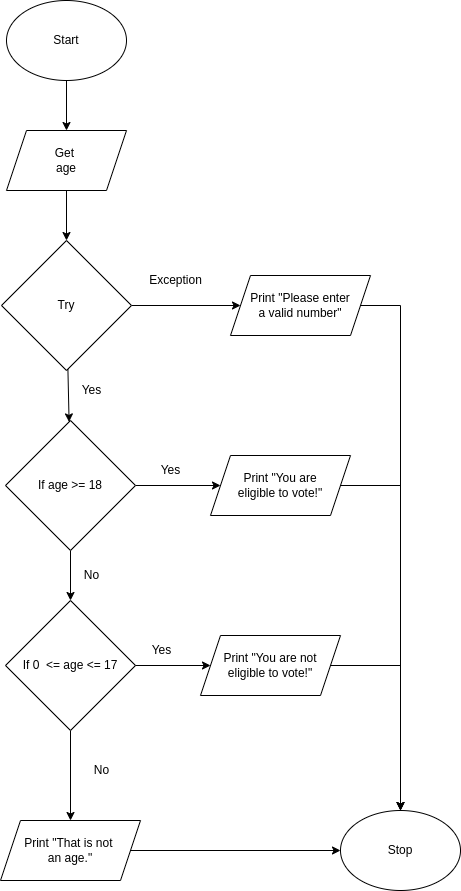
Above: flowchart.png in Andrew-Ten-Den/ICS3U-Assignment-4-Python (draw.io), before the change. Source tidied: cells renumbered, new cells last; positions are measured from the earlier drawing's top-left corner, leaving out a move shared by most shapes.
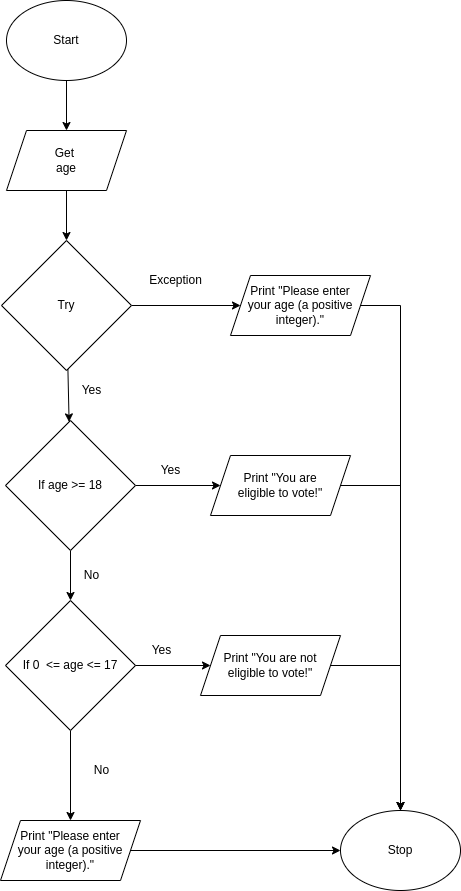
Later version of the same file.

Diff of the diagram source:
```diff
@@ -55,8 +55,10 @@
     <mxCell id="15" style="edgeStyle=none;html=1;" parent="1" edge="1" source="17" target="5">
       <mxGeometry relative="1" as="geometry" />
     </mxCell>
-    <mxCell id="16" style="edgeStyle=none;html=1;" parent="1" edge="1" source="17" target="21">
-      <mxGeometry relative="1" as="geometry" />
+    <mxCell id="16" style="edgeStyle=none;html=1;" parent="1" edge="1" source="17">
+      <mxGeometry relative="1" as="geometry">
+        <mxPoint x="240" y="305" as="targetPoint" />
+      </mxGeometry>
     </mxCell>
     <mxCell id="17" value="Try" style="rhombus;whiteSpace=wrap;html=1;" parent="1" vertex="1">
       <mxGeometry x="1" y="240" width="130" height="130" as="geometry" />
@@ -67,17 +69,15 @@
     <mxCell id="19" value="Exception" style="text;html=1;align=center;verticalAlign=middle;strokeColor=none;fillColor=none;" parent="1" vertex="1">
       <mxGeometry x="140" y="270" width="70" height="20" as="geometry" />
     </mxCell>
-    <mxCell id="20" style="edgeStyle=none;rounded=0;html=1;entryX=0.5;entryY=0;entryDx=0;entryDy=0;" parent="1" edge="1" source="21" target="11">
+    <mxCell id="20" style="edgeStyle=none;rounded=0;html=1;entryX=0.5;entryY=0;entryDx=0;entryDy=0;" parent="1" edge="1" target="11">
       <mxGeometry relative="1" as="geometry">
+        <mxPoint x="360" y="305" as="sourcePoint" />
         <Array as="points">
           <mxPoint x="400" y="305" />
         </Array>
       </mxGeometry>
     </mxCell>
-    <mxCell id="21" value="Print &quot;Please enter&lt;br&gt;a valid number&quot;" style="shape=parallelogram;perimeter=parallelogramPerimeter;whiteSpace=wrap;html=1;fixedSize=1;" parent="1" vertex="1">
-      <mxGeometry x="230" y="275" width="140" height="60" as="geometry" />
-    </mxCell>
-    <mxCell id="22" value="Print &quot;That is not &lt;br&gt;an age.&quot;" style="shape=parallelogram;perimeter=parallelogramPerimeter;whiteSpace=wrap;html=1;fixedSize=1;" parent="1" vertex="1">
+    <mxCell id="22" value="Print &quot;Please enter&lt;br&gt;your age (a positive&lt;br&gt;integer).&quot;" style="shape=parallelogram;perimeter=parallelogramPerimeter;whiteSpace=wrap;html=1;fixedSize=1;" parent="1" vertex="1">
       <mxGeometry y="820" width="140" height="60" as="geometry" />
     </mxCell>
     <mxCell id="23" style="edgeStyle=none;rounded=0;html=1;entryX=0.5;entryY=0;entryDx=0;entryDy=0;" parent="1" edge="1" source="24" target="22">
@@ -107,5 +107,8 @@
     <mxCell id="29" value="No" style="text;html=1;align=center;verticalAlign=middle;strokeColor=none;fillColor=none;" parent="1" vertex="1">
       <mxGeometry x="86" y="760" width="30" height="20" as="geometry" />
     </mxCell>
+    <mxCell id="30" value="Print &quot;Please enter&lt;br&gt;your age (a positive&lt;br&gt;integer).&quot;" style="shape=parallelogram;perimeter=parallelogramPerimeter;whiteSpace=wrap;html=1;fixedSize=1;" parent="1" vertex="1">
+      <mxGeometry x="230" y="275" width="140" height="60" as="geometry" />
+    </mxCell>
   </root>
 </mxGraphModel>
```
